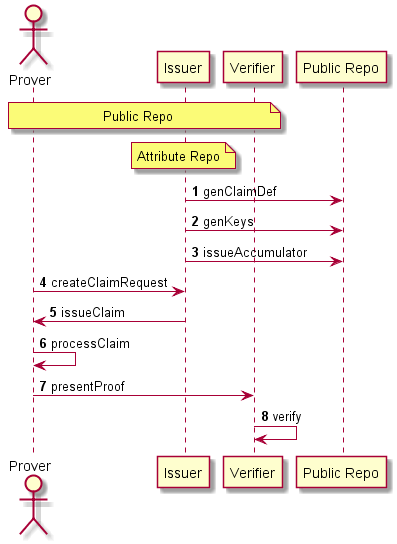
Above: docs/diagrams/anoncred_seq_api.png in hyperledger-archives/indy-anoncreds (PlantUML), before the change. Source of this version:
```plantuml
@startuml
actor Prover as P
participant "Issuer" as I
participant "Verifier" as V
participant "Public Repo" as S

note over P,V: Public Repo
note over I: Attribute Repo

autonumber

I -> S: genClaimDef

I -> S: genKeys

I -> S: issueAccumulator

P -> I: createClaimRequest

I -> P: issueClaim

P -> P: processClaim

P -> V: presentProof

V -> V: verify

@enduml
```
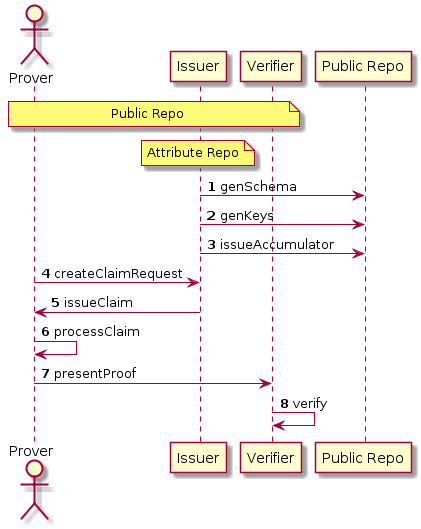
After the commit.

Commit message:
change type hint and update API diagram image (#112)

What changed in the source:
```diff
@@ -9,7 +9,7 @@
 
 autonumber
 
-I -> S: genClaimDef
+I -> S: genSchema
 
 I -> S: genKeys
 
```
